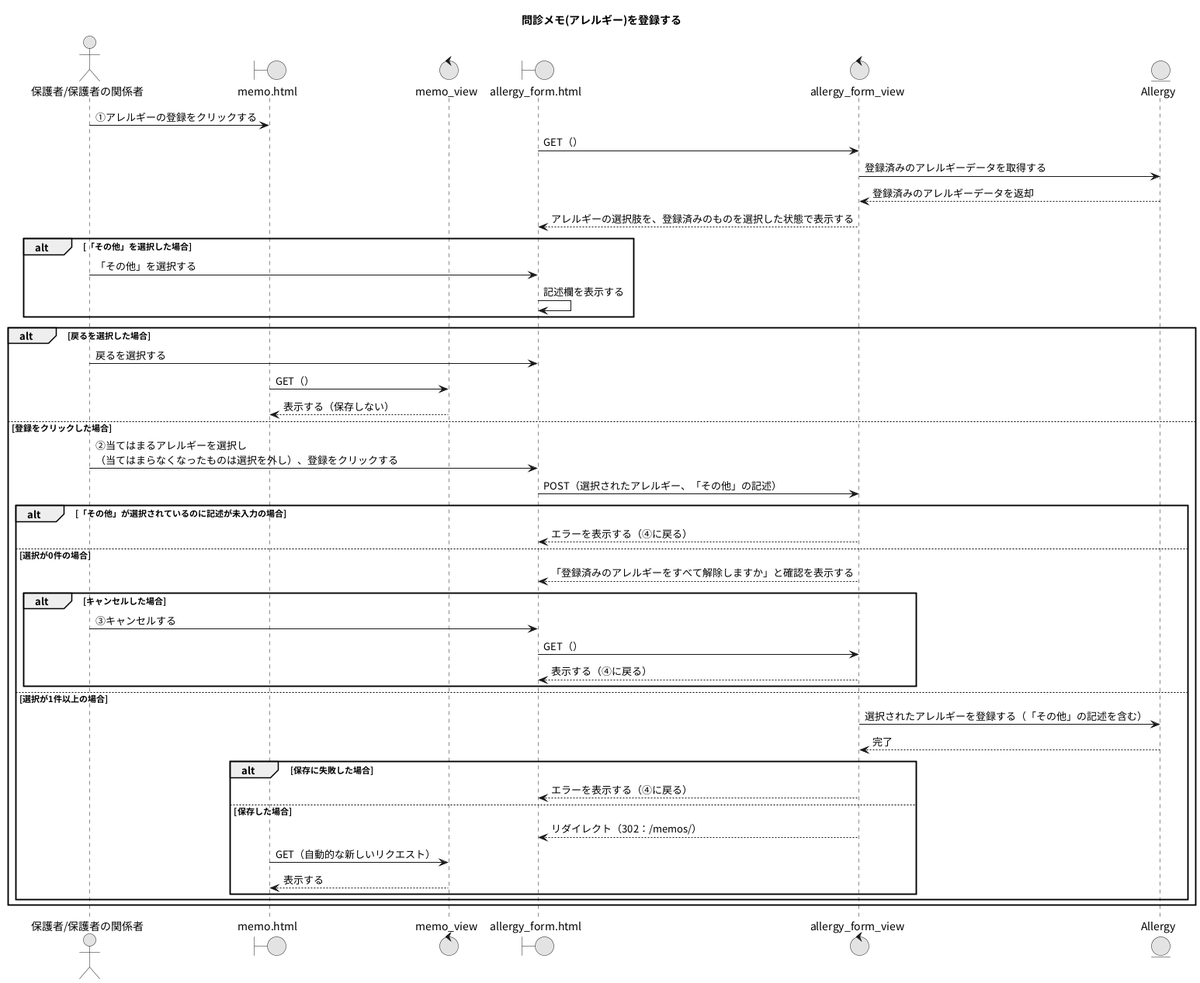
This is PNG/17_問診メモ(アレルギー)を登録する.png from Ma2naga190330/26_sotugyou_puml, a PlantUML export, as it was before one commit. The source it was exported from:
```plantuml
@startuml
title 問診メモ(アレルギー)を登録する
skinparam defaultFontName "Noto Sans CJK JP"
skinparam monochrome true

actor "保護者/保護者の関係者" as A
boundary "memo.html" as MP
control "memo_view" as MV
boundary "allergy_form.html" as AFP
control "allergy_form_view" as AFV
entity "Allergy" as AM

A -> MP : ①アレルギーの登録をクリックする
AFP -> AFV : GET（）
AFV -> AM : 登録済みのアレルギーデータを取得する
AFV <-- AM : 登録済みのアレルギーデータを返却
AFV --> AFP : アレルギーの選択肢を、登録済みのものを選択した状態で表示する

alt 「その他」を選択した場合
  A -> AFP : 「その他」を選択する
  AFP -> AFP : 記述欄を表示する
end

alt 戻るを選択した場合
  A -> AFP : 戻るを選択する
  MP -> MV : GET（）
  MV --> MP : 表示する（保存しない）
else 登録をクリックした場合
  A -> AFP : ②当てはまるアレルギーを選択し\n（当てはまらなくなったものは選択を外し）、登録をクリックする
  AFP -> AFV : POST（選択されたアレルギー、「その他」の記述）
  alt 「その他」が選択されているのに記述が未入力の場合
    AFV --> AFP : エラーを表示する（④に戻る）
  else 選択が0件の場合
    AFV --> AFP : 「登録済みのアレルギーをすべて解除しますか」と確認を表示する
    alt キャンセルした場合
      A -> AFP : ③キャンセルする
      AFP -> AFV : GET（）
      AFV --> AFP : 表示する（④に戻る）
    end
  else 選択が1件以上の場合
    AFV -> AM : 選択されたアレルギーを登録する（「その他」の記述を含む）
    AFV <-- AM : 完了
    alt 保存に失敗した場合
      AFV --> AFP : エラーを表示する（④に戻る）
    else 保存した場合
      AFV --> AFP : リダイレクト（302：/memos/）
      MP -> MV : GET（自動的な新しいリクエスト）
      MV --> MP : 表示する
    end
  end
end
@enduml
```
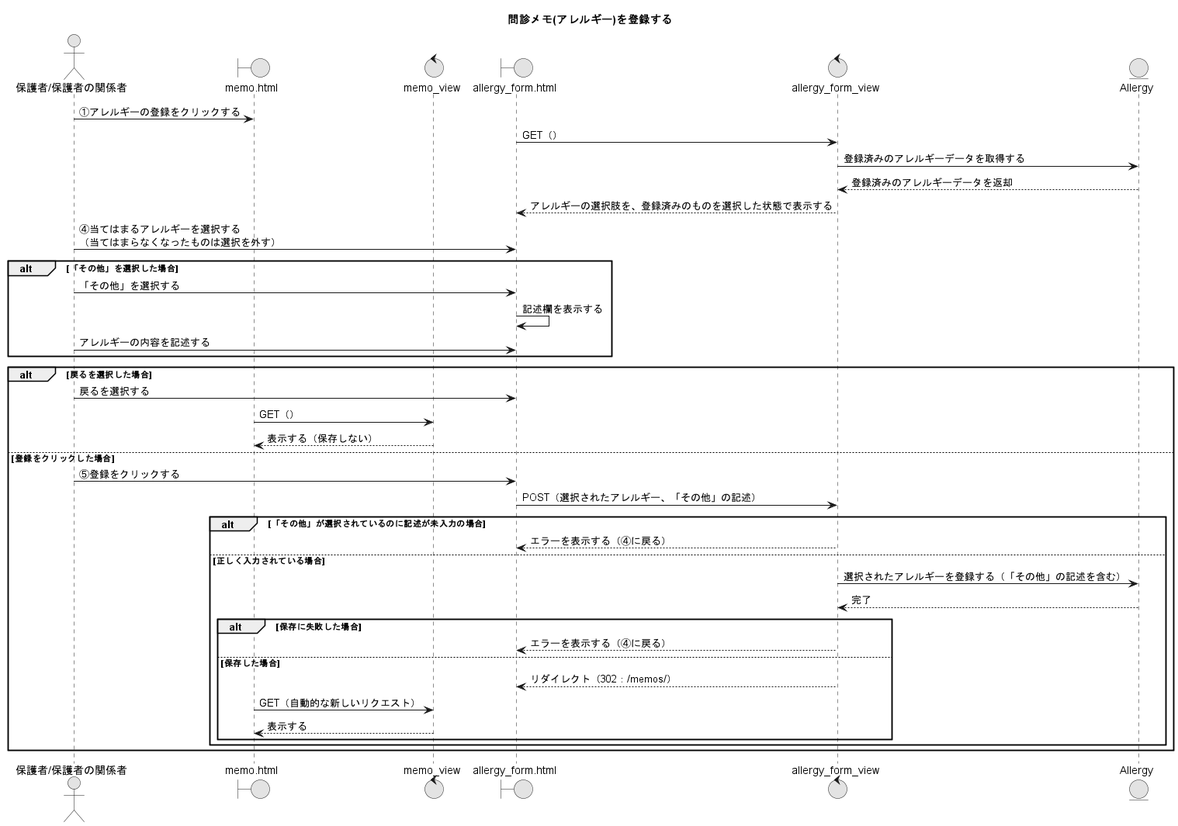
The same diagram one commit later.

What changed in the source:
```diff
@@ -16,9 +16,11 @@
 AFV <-- AM : 登録済みのアレルギーデータを返却
 AFV --> AFP : アレルギーの選択肢を、登録済みのものを選択した状態で表示する
 
+A -> AFP : ④当てはまるアレルギーを選択する\n（当てはまらなくなったものは選択を外す）
 alt 「その他」を選択した場合
   A -> AFP : 「その他」を選択する
   AFP -> AFP : 記述欄を表示する
+  A -> AFP : アレルギーの内容を記述する
 end
 
 alt 戻るを選択した場合
@@ -26,18 +28,11 @@
   MP -> MV : GET（）
   MV --> MP : 表示する（保存しない）
 else 登録をクリックした場合
-  A -> AFP : ②当てはまるアレルギーを選択し\n（当てはまらなくなったものは選択を外し）、登録をクリックする
+  A -> AFP : ⑤登録をクリックする
   AFP -> AFV : POST（選択されたアレルギー、「その他」の記述）
   alt 「その他」が選択されているのに記述が未入力の場合
     AFV --> AFP : エラーを表示する（④に戻る）
-  else 選択が0件の場合
-    AFV --> AFP : 「登録済みのアレルギーをすべて解除しますか」と確認を表示する
-    alt キャンセルした場合
-      A -> AFP : ③キャンセルする
-      AFP -> AFV : GET（）
-      AFV --> AFP : 表示する（④に戻る）
-    end
-  else 選択が1件以上の場合
+  else 正しく入力されている場合
     AFV -> AM : 選択されたアレルギーを登録する（「その他」の記述を含む）
     AFV <-- AM : 完了
     alt 保存に失敗した場合
```
